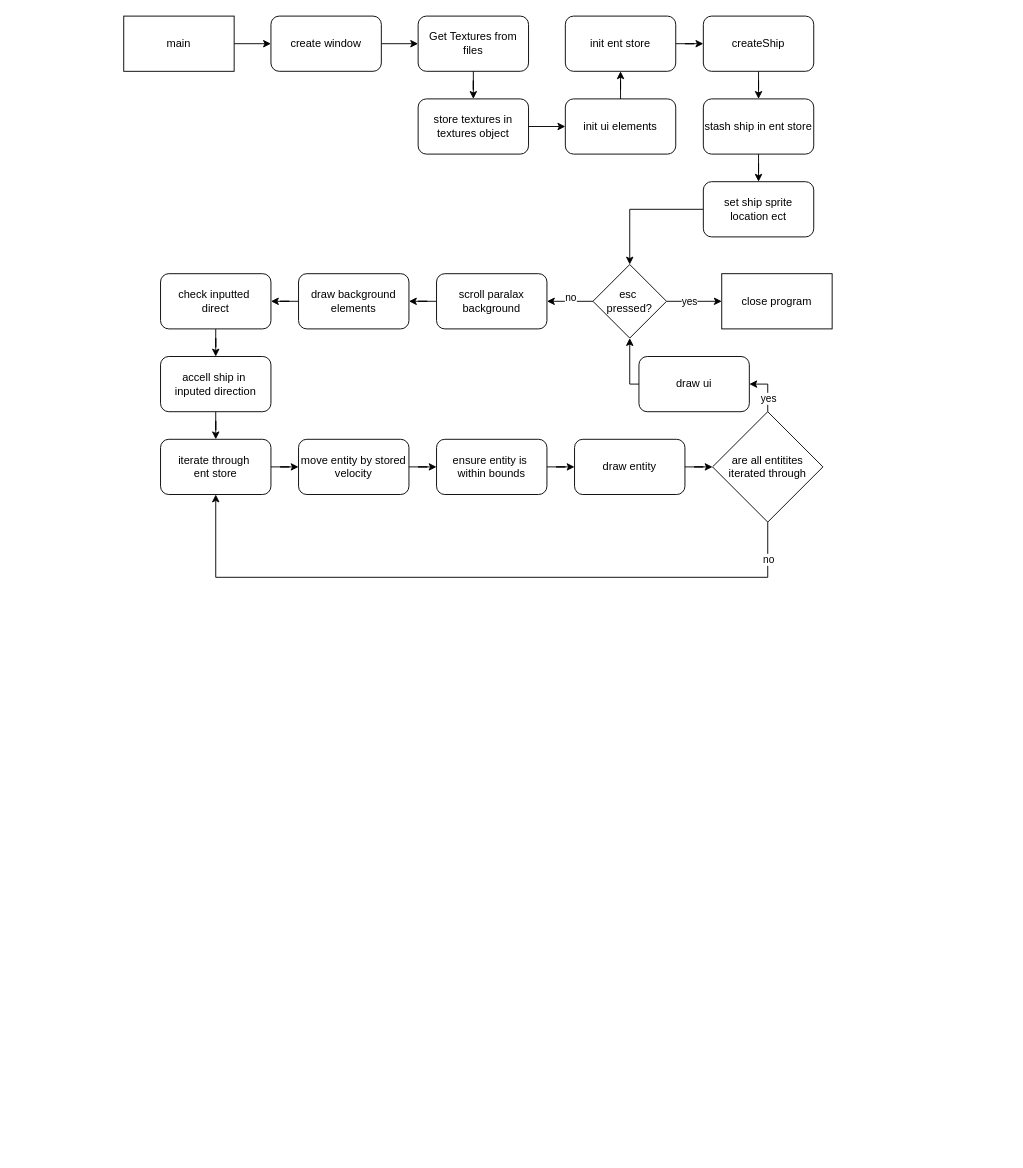
Before: evidenceFolder/homework4/drawDocStuff/hw4PlannedUpgradesFlowchart.drawio in dr1zzleGDShu/miscRepoFixed, a draw.io diagram. Source tidied: cells renumbered, new cells numbered last; positions are measured from the earlier drawing's top-left corner, leaving out a move shared by most shapes. Both pictures are drawn from the tidied source at 92%, with x=0, y=0 at pixel (123, 16).
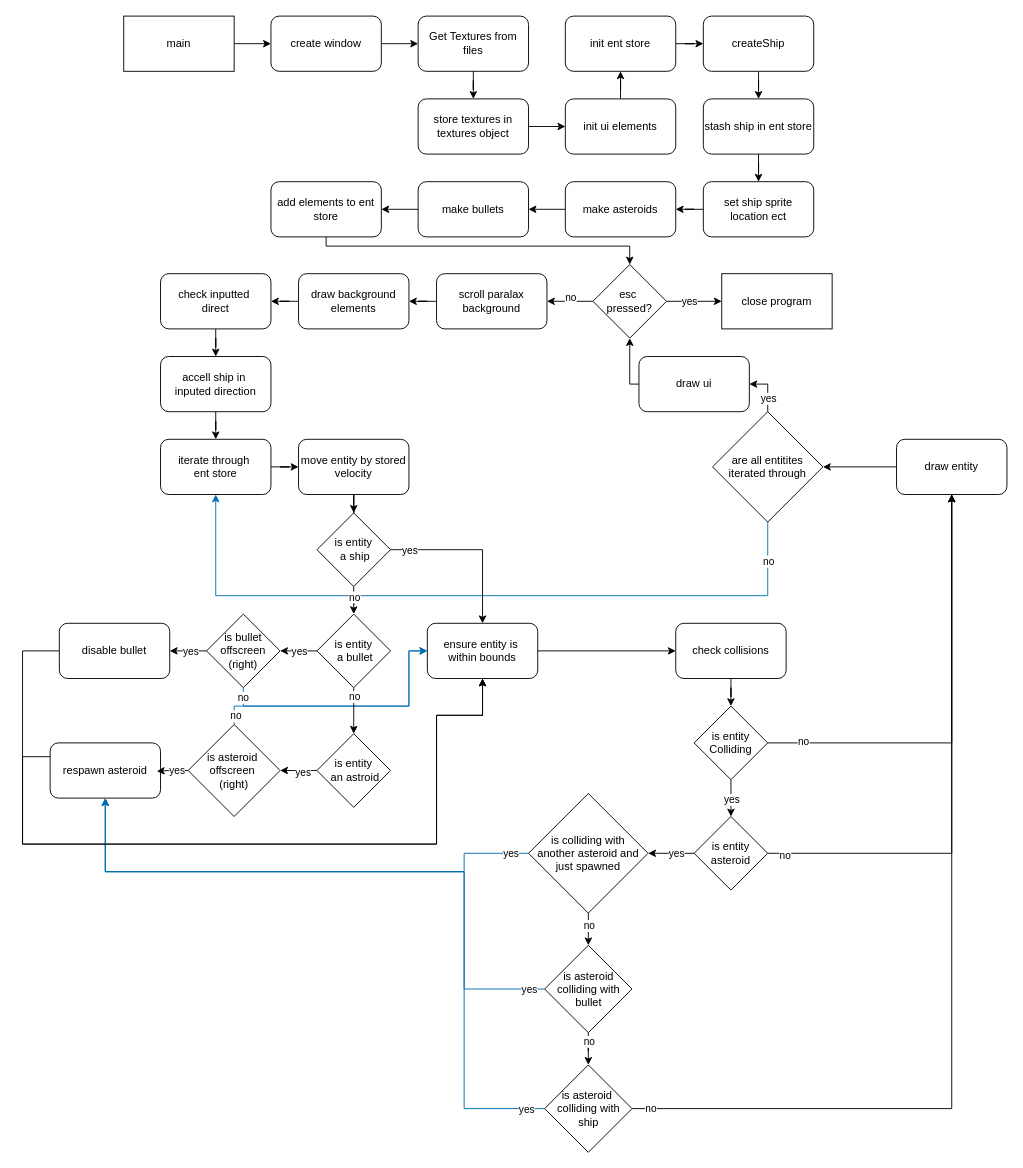
The same page after the edit.

Commit message (it also covers changes not shown here):
planned flowchart done

Unchanged cells that the change refers to:
```xml
<mxCell id="14" value="&lt;div&gt;esc&amp;nbsp;&lt;/div&gt;&lt;div&gt;pressed?&lt;/div&gt;" style="rhombus;whiteSpace=wrap;html=1;" parent="1" vertex="1">
  <mxGeometry x="510" y="270" width="80" height="80" as="geometry" />
</mxCell>
<mxCell id="25" value="set ship sprite location ect" style="rounded=1;whiteSpace=wrap;html=1;" parent="1" vertex="1">
  <mxGeometry x="630" y="180" width="120" height="60" as="geometry" />
</mxCell>
<mxCell id="29" value="&lt;div&gt;iterate through&amp;nbsp;&lt;/div&gt;&lt;div&gt;ent store&lt;/div&gt;" style="whiteSpace=wrap;html=1;rounded=1;" parent="1" vertex="1">
  <mxGeometry x="40" y="460" width="120" height="60" as="geometry" />
</mxCell>
<mxCell id="31" value="move entity by stored velocity" style="whiteSpace=wrap;html=1;rounded=1;" parent="1" vertex="1">
  <mxGeometry x="190" y="460" width="120" height="60" as="geometry" />
</mxCell>
<mxCell id="36" value="are all entitites iterated through" style="rhombus;whiteSpace=wrap;html=1;" parent="1" vertex="1">
  <mxGeometry x="640" y="430" width="120" height="120" as="geometry" />
</mxCell>
```

The edit, as a diff of the source:
```diff
@@
+    <mxCell id="49" style="edgeStyle=orthogonalEdgeStyle;rounded=0;jettySize=auto;html=1;fillColor=#1ba1e2;strokeColor=#006EAF;exitX=0;exitY=0.5;exitDx=0;exitDy=0;" parent="1" edge="1" source="74" target="96">
+      <mxGeometry relative="1" as="geometry">
+        <Array as="points">
+          <mxPoint x="370" y="910" />
+          <mxPoint x="370" y="930" />
+          <mxPoint x="-20" y="930" />
+        </Array>
+      </mxGeometry>
+    </mxCell>
+    <mxCell id="50" value="yes" style="edgeLabel;html=1;align=center;verticalAlign=middle;" parent="49" vertex="1">
+      <mxGeometry x="-0.93" y="1" relative="1" as="geometry">
+        <mxPoint y="-1" as="offset" />
+      </mxGeometry>
+    </mxCell>
@@
-    <mxCell id="9" style="edgeStyle=orthogonalEdgeStyle;rounded=0;jettySize=auto;html=1;" parent="1" edge="1" source="25" target="14">
-      <mxGeometry relative="1" as="geometry" />
-    </mxCell>
@@
+    <mxCell id="51" style="edgeStyle=orthogonalEdgeStyle;rounded=0;jettySize=auto;html=1;" parent="1" edge="1" source="25" target="55">
+      <mxGeometry relative="1" as="geometry" />
+    </mxCell>
@@
-    <mxCell id="30" style="edgeStyle=orthogonalEdgeStyle;rounded=0;jettySize=auto;html=1;entryX=0;entryY=0.5;entryDx=0;entryDy=0;" parent="1" edge="1" source="38" target="40">
-      <mxGeometry relative="1" as="geometry" />
-    </mxCell>
+    <mxCell id="52" style="edgeStyle=orthogonalEdgeStyle;rounded=0;jettySize=auto;html=1;entryX=0.5;entryY=0;entryDx=0;entryDy=0;" parent="1" edge="1" source="31" target="79">
+      <mxGeometry relative="1" as="geometry" />
+    </mxCell>
@@
-    <mxCell id="32" style="edgeStyle=orthogonalEdgeStyle;rounded=0;jettySize=auto;html=1;entryX=0.5;entryY=1;entryDx=0;entryDy=0;" parent="1" edge="1" source="36" target="29">
+    <mxCell id="32" style="edgeStyle=orthogonalEdgeStyle;rounded=0;jettySize=auto;html=1;entryX=0.5;entryY=1;entryDx=0;entryDy=0;fillColor=#1ba1e2;strokeColor=#006EAF;exitX=0.5;exitY=1;exitDx=0;exitDy=0;" parent="1" edge="1" source="36" target="29">
       <mxGeometry relative="1" as="geometry">
         <Array as="points">
-          <mxPoint x="700" y="610" />
-          <mxPoint x="100" y="610" />
+          <mxPoint x="700" y="630" />
+          <mxPoint x="100" y="630" />
         </Array>
       </mxGeometry>
     </mxCell>
@@
-    <mxCell id="37" style="edgeStyle=orthogonalEdgeStyle;rounded=0;jettySize=auto;html=1;entryX=0;entryY=0.5;entryDx=0;entryDy=0;" parent="1" edge="1" source="31" target="38">
-      <mxGeometry relative="1" as="geometry" />
-    </mxCell>
+    <mxCell id="53" style="edgeStyle=orthogonalEdgeStyle;rounded=0;jettySize=auto;html=1;entryX=0;entryY=0.5;entryDx=0;entryDy=0;" parent="1" edge="1" source="38" target="61">
+      <mxGeometry relative="1" as="geometry" />
+    </mxCell>
     <mxCell id="38" value="&lt;div&gt;ensure entity is&amp;nbsp;&lt;/div&gt;&lt;div&gt;within bounds&lt;/div&gt;" style="rounded=1;whiteSpace=wrap;html=1;" parent="1" vertex="1">
-      <mxGeometry x="340" y="460" width="120" height="60" as="geometry" />
+      <mxGeometry x="330" y="660" width="120" height="60" as="geometry" />
     </mxCell>
-    <mxCell id="39" style="edgeStyle=orthogonalEdgeStyle;rounded=0;jettySize=auto;html=1;entryX=0;entryY=0.5;entryDx=0;entryDy=0;" parent="1" edge="1" source="40" target="36">
+    <mxCell id="39" style="edgeStyle=orthogonalEdgeStyle;rounded=0;jettySize=auto;html=1;entryX=1;entryY=0.5;entryDx=0;entryDy=0;" parent="1" edge="1" source="40" target="36">
       <mxGeometry relative="1" as="geometry" />
     </mxCell>
     <mxCell id="40" value="draw entity" style="rounded=1;whiteSpace=wrap;html=1;" parent="1" vertex="1">
-      <mxGeometry x="490" y="460" width="120" height="60" as="geometry" />
+      <mxGeometry x="840" y="460" width="120" height="60" as="geometry" />
     </mxCell>
@@
+    <mxCell id="54" style="edgeStyle=orthogonalEdgeStyle;rounded=0;jettySize=auto;html=1;" parent="1" edge="1" source="55" target="57">
+      <mxGeometry relative="1" as="geometry" />
+    </mxCell>
+    <mxCell id="55" value="make asteroids" style="rounded=1;whiteSpace=wrap;html=1;" parent="1" vertex="1">
+      <mxGeometry x="480" y="180" width="120" height="60" as="geometry" />
+    </mxCell>
+    <mxCell id="56" style="edgeStyle=orthogonalEdgeStyle;rounded=0;jettySize=auto;html=1;" parent="1" edge="1" source="57" target="59">
+      <mxGeometry relative="1" as="geometry" />
+    </mxCell>
+    <mxCell id="57" value="make bullets" style="rounded=1;whiteSpace=wrap;html=1;" parent="1" vertex="1">
+      <mxGeometry x="320" y="180" width="120" height="60" as="geometry" />
+    </mxCell>
+    <mxCell id="58" style="edgeStyle=orthogonalEdgeStyle;rounded=0;jettySize=auto;html=1;entryX=0.5;entryY=0;entryDx=0;entryDy=0;" parent="1" edge="1" source="59" target="14">
+      <mxGeometry relative="1" as="geometry">
+        <Array as="points">
+          <mxPoint x="220" y="250" />
+          <mxPoint x="550" y="250" />
+        </Array>
+      </mxGeometry>
+    </mxCell>
+    <mxCell id="59" value="add elements to ent store" style="rounded=1;whiteSpace=wrap;html=1;" parent="1" vertex="1">
+      <mxGeometry x="160" y="180" width="120" height="60" as="geometry" />
+    </mxCell>
+    <mxCell id="60" style="edgeStyle=orthogonalEdgeStyle;rounded=0;jettySize=auto;html=1;" parent="1" edge="1" source="61" target="66">
+      <mxGeometry relative="1" as="geometry" />
+    </mxCell>
+    <mxCell id="61" value="check collisions" style="rounded=1;whiteSpace=wrap;html=1;" parent="1" vertex="1">
+      <mxGeometry x="600" y="660" width="120" height="60" as="geometry" />
+    </mxCell>
+    <mxCell id="62" style="edgeStyle=orthogonalEdgeStyle;rounded=0;jettySize=auto;html=1;" parent="1" edge="1" source="66" target="40">
+      <mxGeometry relative="1" as="geometry" />
+    </mxCell>
+    <mxCell id="63" value="no" style="edgeLabel;html=1;align=center;verticalAlign=middle;" parent="62" vertex="1">
+      <mxGeometry x="-0.84" y="2" relative="1" as="geometry" />
+    </mxCell>
+    <mxCell id="64" style="edgeStyle=orthogonalEdgeStyle;rounded=0;jettySize=auto;html=1;" parent="1" edge="1" source="66" target="71">
+      <mxGeometry relative="1" as="geometry" />
+    </mxCell>
+    <mxCell id="65" value="yes" style="edgeLabel;html=1;align=center;verticalAlign=middle;" parent="64" vertex="1">
+      <mxGeometry x="0.28" y="1" relative="1" as="geometry">
+        <mxPoint x="-1" y="-5" as="offset" />
+      </mxGeometry>
+    </mxCell>
+    <mxCell id="66" value="is entity Colliding" style="rhombus;whiteSpace=wrap;html=1;rounded=0;" parent="1" vertex="1">
+      <mxGeometry x="620" y="750" width="80" height="80" as="geometry" />
+    </mxCell>
+    <mxCell id="67" style="edgeStyle=orthogonalEdgeStyle;rounded=0;jettySize=auto;html=1;" parent="1" edge="1" source="71" target="74">
+      <mxGeometry relative="1" as="geometry" />
+    </mxCell>
+    <mxCell id="68" value="yes" style="edgeLabel;html=1;align=center;verticalAlign=middle;" parent="67" vertex="1">
+      <mxGeometry x="0.24" y="1" relative="1" as="geometry">
+        <mxPoint x="11" y="-1" as="offset" />
+      </mxGeometry>
+    </mxCell>
+    <mxCell id="69" style="edgeStyle=orthogonalEdgeStyle;rounded=0;jettySize=auto;html=1;entryX=0.5;entryY=1;entryDx=0;entryDy=0;" parent="1" edge="1" source="71" target="40">
+      <mxGeometry relative="1" as="geometry" />
+    </mxCell>
+    <mxCell id="70" value="no" style="edgeLabel;html=1;align=center;verticalAlign=middle;" parent="69" vertex="1">
+      <mxGeometry x="-0.94" y="-2" relative="1" as="geometry" />
+    </mxCell>
+    <mxCell id="71" value="is ent&lt;span style=&quot;background-color: initial;&quot;&gt;ity asteroid&lt;/span&gt;" style="rhombus;whiteSpace=wrap;html=1;rounded=0;" parent="1" vertex="1">
+      <mxGeometry x="620" y="870" width="80" height="80" as="geometry" />
+    </mxCell>
+    <mxCell id="72" style="edgeStyle=orthogonalEdgeStyle;rounded=0;jettySize=auto;html=1;" parent="1" edge="1" source="74" target="103">
+      <mxGeometry relative="1" as="geometry" />
+    </mxCell>
+    <mxCell id="73" value="no" style="edgeLabel;html=1;align=center;verticalAlign=middle;" parent="72" vertex="1">
+      <mxGeometry x="-0.43" relative="1" as="geometry" />
+    </mxCell>
+    <mxCell id="74" value="is colliding with another&amp;nbsp;&lt;span style=&quot;background-color: initial;&quot;&gt;asteroid and just spawned&lt;/span&gt;" style="rhombus;whiteSpace=wrap;html=1;rounded=0;" parent="1" vertex="1">
+      <mxGeometry x="440" y="845" width="130" height="130" as="geometry" />
+    </mxCell>
+    <mxCell id="75" style="edgeStyle=orthogonalEdgeStyle;rounded=0;jettySize=auto;html=1;entryX=0.5;entryY=0;entryDx=0;entryDy=0;" parent="1" edge="1" source="79" target="38">
+      <mxGeometry relative="1" as="geometry">
+        <Array as="points">
+          <mxPoint x="390" y="580" />
+        </Array>
+      </mxGeometry>
+    </mxCell>
+    <mxCell id="76" value="yes" style="edgeLabel;html=1;align=center;verticalAlign=middle;" parent="75" vertex="1">
+      <mxGeometry x="-0.46" y="4" relative="1" as="geometry">
+        <mxPoint x="-29" y="4" as="offset" />
+      </mxGeometry>
+    </mxCell>
+    <mxCell id="77" style="edgeStyle=orthogonalEdgeStyle;rounded=0;jettySize=auto;html=1;entryX=0.5;entryY=0;entryDx=0;entryDy=0;" parent="1" edge="1" source="79" target="82">
+      <mxGeometry relative="1" as="geometry" />
+    </mxCell>
+    <mxCell id="78" value="no" style="edgeLabel;html=1;align=center;verticalAlign=middle;" parent="77" vertex="1">
+      <mxGeometry x="0.26" y="1" relative="1" as="geometry">
+        <mxPoint x="-1" y="-1" as="offset" />
+      </mxGeometry>
+    </mxCell>
+    <mxCell id="79" value="is entity&lt;div&gt;&amp;nbsp;a ship&lt;/div&gt;" style="rhombus;whiteSpace=wrap;html=1;" parent="1" vertex="1">
+      <mxGeometry x="210" y="540" width="80" height="80" as="geometry" />
+    </mxCell>
+    <mxCell id="80" style="edgeStyle=orthogonalEdgeStyle;rounded=0;jettySize=auto;html=1;entryX=1;entryY=0.5;entryDx=0;entryDy=0;" parent="1" edge="1" source="82" target="87">
+      <mxGeometry relative="1" as="geometry" />
+    </mxCell>
+    <mxCell id="81" value="yes" style="edgeLabel;html=1;align=center;verticalAlign=middle;" parent="80" vertex="1">
+      <mxGeometry x="0.03" y="2" relative="1" as="geometry">
+        <mxPoint x="1" y="-2" as="offset" />
+      </mxGeometry>
+    </mxCell>
+    <mxCell id="82" value="is entity&lt;div&gt;&amp;nbsp;a bullet&lt;/div&gt;" style="rhombus;whiteSpace=wrap;html=1;" parent="1" vertex="1">
+      <mxGeometry x="210" y="650" width="80" height="80" as="geometry" />
+    </mxCell>
+    <mxCell id="83" style="edgeStyle=orthogonalEdgeStyle;rounded=0;jettySize=auto;html=1;" parent="1" edge="1" source="87" target="89">
+      <mxGeometry relative="1" as="geometry" />
+    </mxCell>
+    <mxCell id="84" value="yes" style="edgeLabel;html=1;align=center;verticalAlign=middle;" parent="83" vertex="1">
+      <mxGeometry x="-0.09" relative="1" as="geometry" />
+    </mxCell>
+    <mxCell id="85" style="edgeStyle=orthogonalEdgeStyle;rounded=0;jettySize=auto;html=1;entryX=0;entryY=0.5;entryDx=0;entryDy=0;fillColor=#1ba1e2;strokeColor=#006EAF;" parent="1" edge="1" source="87" target="38">
+      <mxGeometry relative="1" as="geometry">
+        <Array as="points">
+          <mxPoint x="130" y="750" />
+          <mxPoint x="310" y="750" />
+          <mxPoint x="310" y="690" />
+        </Array>
+      </mxGeometry>
+    </mxCell>
+    <mxCell id="86" value="no" style="edgeLabel;html=1;align=center;verticalAlign=middle;" parent="85" vertex="1">
+      <mxGeometry x="-0.93" y="-1" relative="1" as="geometry" />
+    </mxCell>
+    <mxCell id="87" value="is bullet offscreen (right)" style="rhombus;whiteSpace=wrap;html=1;" parent="1" vertex="1">
+      <mxGeometry x="90" y="650" width="80" height="80" as="geometry" />
+    </mxCell>
+    <mxCell id="88" style="edgeStyle=orthogonalEdgeStyle;rounded=0;jettySize=auto;html=1;entryX=0.5;entryY=1;entryDx=0;entryDy=0;" parent="1" edge="1" source="89" target="38">
+      <mxGeometry relative="1" as="geometry">
+        <Array as="points">
+          <mxPoint x="-110" y="690" />
+          <mxPoint x="-110" y="900" />
+          <mxPoint x="340" y="900" />
+          <mxPoint x="340" y="760" />
+          <mxPoint x="390" y="760" />
+        </Array>
+      </mxGeometry>
+    </mxCell>
+    <mxCell id="89" value="disable bullet" style="whiteSpace=wrap;html=1;rounded=1;" parent="1" vertex="1">
+      <mxGeometry x="-70" y="660" width="120" height="60" as="geometry" />
+    </mxCell>
+    <mxCell id="90" style="edgeStyle=orthogonalEdgeStyle;rounded=0;jettySize=auto;html=1;entryX=1;entryY=0.5;entryDx=0;entryDy=0;" parent="1" edge="1" source="92" target="95">
+      <mxGeometry relative="1" as="geometry" />
+    </mxCell>
+    <mxCell id="91" value="yes" style="edgeLabel;html=1;align=center;verticalAlign=middle;" parent="90" vertex="1">
+      <mxGeometry x="-0.21" y="1" relative="1" as="geometry" />
+    </mxCell>
+    <mxCell id="92" value="is entity&lt;div&gt;&amp;nbsp;an astroid&lt;/div&gt;" style="rhombus;whiteSpace=wrap;html=1;" parent="1" vertex="1">
+      <mxGeometry x="210" y="780" width="80" height="80" as="geometry" />
+    </mxCell>
+    <mxCell id="93" style="edgeStyle=orthogonalEdgeStyle;rounded=0;jettySize=auto;html=1;entryX=0;entryY=0.5;entryDx=0;entryDy=0;fillColor=#1ba1e2;strokeColor=#006EAF;" parent="1" edge="1" source="95" target="38">
+      <mxGeometry relative="1" as="geometry">
+        <Array as="points">
+          <mxPoint x="120" y="750" />
+          <mxPoint x="310" y="750" />
+          <mxPoint x="310" y="690" />
+        </Array>
+      </mxGeometry>
+    </mxCell>
+    <mxCell id="94" value="no" style="edgeLabel;html=1;align=center;verticalAlign=middle;" parent="93" vertex="1">
+      <mxGeometry x="-0.78" relative="1" as="geometry">
+        <mxPoint x="-11" y="10" as="offset" />
+      </mxGeometry>
+    </mxCell>
+    <mxCell id="95" value="is asteroid&amp;nbsp;&lt;div&gt;offscreen&amp;nbsp;&lt;/div&gt;&lt;div&gt;(right)&lt;/div&gt;" style="rhombus;whiteSpace=wrap;html=1;" parent="1" vertex="1">
+      <mxGeometry x="70" y="770" width="100" height="100" as="geometry" />
+    </mxCell>
+    <mxCell id="96" value="respawn aste&lt;span style=&quot;background-color: initial;&quot;&gt;roid&lt;/span&gt;" style="whiteSpace=wrap;html=1;rounded=1;" parent="1" vertex="1">
+      <mxGeometry x="-80" y="790" width="120" height="60" as="geometry" />
+    </mxCell>
+    <mxCell id="97" style="edgeStyle=orthogonalEdgeStyle;rounded=0;jettySize=auto;html=1;entryX=0.966;entryY=0.514;entryDx=0;entryDy=0;entryPerimeter=0;" parent="1" edge="1" source="95" target="96">
+      <mxGeometry relative="1" as="geometry" />
+    </mxCell>
+    <mxCell id="98" value="yes" style="edgeLabel;html=1;align=center;verticalAlign=middle;" parent="97" vertex="1">
+      <mxGeometry x="-0.25" y="-1" relative="1" as="geometry" />
+    </mxCell>
+    <mxCell id="99" style="edgeStyle=orthogonalEdgeStyle;rounded=0;jettySize=auto;html=1;entryX=0.5;entryY=1;entryDx=0;entryDy=0;fillColor=#1ba1e2;strokeColor=#006EAF;" parent="1" edge="1" source="103" target="96">
+      <mxGeometry relative="1" as="geometry">
+        <Array as="points">
+          <mxPoint x="370" y="1058" />
+          <mxPoint x="370" y="930" />
+          <mxPoint x="-20" y="930" />
+        </Array>
+      </mxGeometry>
+    </mxCell>
+    <mxCell id="100" value="yes" style="edgeLabel;html=1;align=center;verticalAlign=middle;" parent="99" vertex="1">
+      <mxGeometry x="-0.92" y="1" relative="1" as="geometry">
+        <mxPoint x="10" y="-1" as="offset" />
+      </mxGeometry>
+    </mxCell>
+    <mxCell id="101" style="edgeStyle=orthogonalEdgeStyle;rounded=0;jettySize=auto;html=1;" parent="1" edge="1" source="103" target="108">
+      <mxGeometry relative="1" as="geometry" />
+    </mxCell>
+    <mxCell id="102" value="no" style="edgeLabel;html=1;align=center;verticalAlign=middle;" parent="101" vertex="1">
+      <mxGeometry x="-0.58" y="1" relative="1" as="geometry">
+        <mxPoint x="-1" as="offset" />
+      </mxGeometry>
+    </mxCell>
+    <mxCell id="103" value="is asteroid colliding with bullet" style="rhombus;whiteSpace=wrap;html=1;" parent="1" vertex="1">
+      <mxGeometry x="457.5" y="1010" width="95" height="95" as="geometry" />
+    </mxCell>
+    <mxCell id="104" style="edgeStyle=orthogonalEdgeStyle;rounded=0;jettySize=auto;html=1;entryX=0.5;entryY=1;entryDx=0;entryDy=0;fillColor=#1ba1e2;strokeColor=#006EAF;" parent="1" edge="1" source="108" target="96">
+      <mxGeometry relative="1" as="geometry">
+        <Array as="points">
+          <mxPoint x="370" y="1188" />
+          <mxPoint x="370" y="930" />
+          <mxPoint x="-20" y="930" />
+        </Array>
+      </mxGeometry>
+    </mxCell>
+    <mxCell id="105" value="yes" style="edgeLabel;html=1;align=center;verticalAlign=middle;" parent="104" vertex="1">
+      <mxGeometry x="-0.95" y="1" relative="1" as="geometry" />
+    </mxCell>
+    <mxCell id="106" style="edgeStyle=orthogonalEdgeStyle;rounded=0;jettySize=auto;html=1;entryX=0.5;entryY=1;entryDx=0;entryDy=0;" parent="1" edge="1" source="108" target="40">
+      <mxGeometry relative="1" as="geometry" />
+    </mxCell>
+    <mxCell id="107" value="no" style="edgeLabel;html=1;align=center;verticalAlign=middle;" parent="106" vertex="1">
+      <mxGeometry x="-0.96" relative="1" as="geometry" />
+    </mxCell>
+    <mxCell id="108" value="is asteroid&amp;nbsp;&lt;div&gt;colliding with ship&lt;/div&gt;" style="rhombus;whiteSpace=wrap;html=1;" parent="1" vertex="1">
+      <mxGeometry x="457.5" y="1140" width="95" height="95" as="geometry" />
+    </mxCell>
+    <mxCell id="109" style="edgeStyle=orthogonalEdgeStyle;rounded=0;jettySize=auto;html=1;entryX=0.5;entryY=1;entryDx=0;entryDy=0;" parent="1" edge="1" source="96" target="38">
+      <mxGeometry relative="1" as="geometry">
+        <Array as="points">
+          <mxPoint x="-110" y="805" />
+          <mxPoint x="-110" y="900" />
+          <mxPoint x="340" y="900" />
+          <mxPoint x="340" y="760" />
+          <mxPoint x="390" y="760" />
+        </Array>
+      </mxGeometry>
+    </mxCell>
+    <mxCell id="110" style="edgeStyle=orthogonalEdgeStyle;rounded=0;jettySize=auto;html=1;entryX=0.5;entryY=0;entryDx=0;entryDy=0;" parent="1" edge="1" source="82" target="92">
+      <mxGeometry relative="1" as="geometry" />
+    </mxCell>
+    <mxCell id="111" value="no" style="edgeLabel;html=1;align=center;verticalAlign=middle;" parent="110" vertex="1">
+      <mxGeometry x="-0.34" y="-1" relative="1" as="geometry">
+        <mxPoint x="1" y="-7" as="offset" />
+      </mxGeometry>
+    </mxCell>
```
